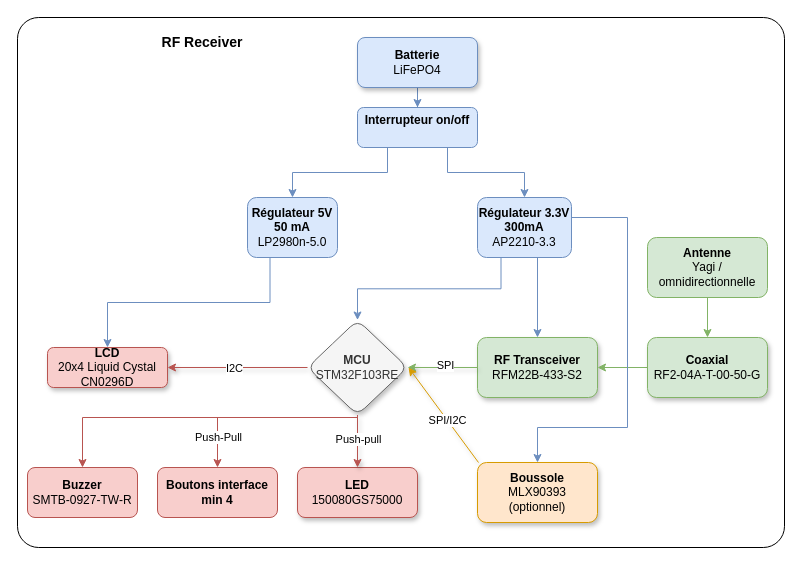
GAULAvionique2024-2025/Ordinateur-de-bord keeps this draw.io diagram as Documentation/RFReceiver/Explications/Diagram_Receiver.drawio. Above is the earlier version. Source tidied: cells renumbered, new cells numbered last; positions are measured from the earlier drawing's top-left corner, leaving out a move shared by most shapes. Both pictures are drawn from the tidied source at 100%, with x=0, y=0 at pixel (17, 17).
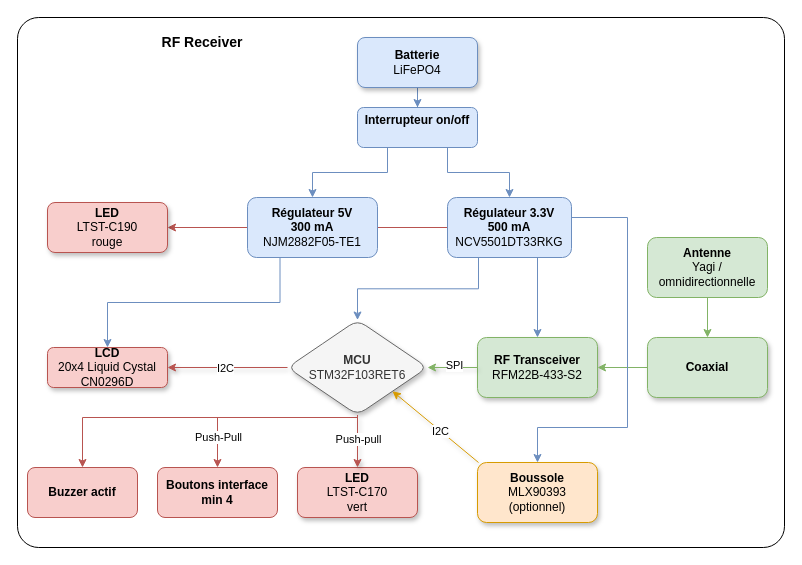
Above is the later version.

The edit, as a diff of the source:
```diff
@@
-    <mxCell id="6" value="&lt;b&gt;MCU&lt;/b&gt;&lt;br&gt;&lt;div&gt;STM32F103RE&lt;/div&gt;" style="rhombus;whiteSpace=wrap;html=1;rounded=1;shadow=1;fillColor=#f5f5f5;fontColor=#333333;strokeColor=#666666;" parent="1" vertex="1">
-      <mxGeometry x="290" y="302.5" width="100" height="95" as="geometry" />
+    <mxCell id="6" value="&lt;b&gt;MCU&lt;/b&gt;&lt;br&gt;&lt;div&gt;STM32F103RET6&lt;/div&gt;" style="rhombus;whiteSpace=wrap;html=1;rounded=1;shadow=1;fillColor=#f5f5f5;fontColor=#333333;strokeColor=#666666;" parent="1" vertex="1">
+      <mxGeometry x="270" y="302.5" width="140" height="95" as="geometry" />
     </mxCell>
@@
-    <mxCell id="9" value="&lt;b&gt;Coaxial&lt;/b&gt;&lt;div&gt;RF2-04A-T-00-50-G&lt;br&gt;&lt;/div&gt;" style="rounded=1;whiteSpace=wrap;html=1;fillColor=#d5e8d4;strokeColor=#82b366;shadow=1;" parent="1" vertex="1">
+    <mxCell id="9" value="&lt;b&gt;Coaxial&lt;/b&gt;" style="rounded=1;whiteSpace=wrap;html=1;fillColor=#d5e8d4;strokeColor=#82b366;shadow=1;" parent="1" vertex="1">
       <mxGeometry x="630" y="320" width="120" height="60" as="geometry" />
     </mxCell>
@@
-    <mxCell id="16" value="&lt;b&gt;LED&lt;/b&gt;&lt;div&gt;150080GS75000&lt;br&gt;&lt;/div&gt;" style="rounded=1;whiteSpace=wrap;html=1;fillColor=#f8cecc;strokeColor=#b85450;shadow=1;" parent="1" vertex="1">
+    <mxCell id="16" value="&lt;b&gt;LED&lt;/b&gt;&lt;div&gt;LTST-C170&lt;/div&gt;&lt;div&gt;vert&lt;/div&gt;" style="rounded=1;whiteSpace=wrap;html=1;fillColor=#f8cecc;strokeColor=#b85450;shadow=1;" parent="1" vertex="1">
       <mxGeometry x="280" y="450" width="120" height="50" as="geometry" />
     </mxCell>
@@
-    <mxCell id="23" style="endArrow=classic;html=1;rounded=0;exitX=0;exitY=0;exitDx=0;exitDy=0;entryX=1;entryY=0.5;entryDx=0;entryDy=0;fillColor=#ffe6cc;strokeColor=#d79b00;shadow=1;" parent="1" edge="1">
+    <mxCell id="23" style="endArrow=classic;html=1;rounded=0;exitX=0;exitY=0;exitDx=0;exitDy=0;entryX=1;entryY=1;entryDx=0;entryDy=0;fillColor=#ffe6cc;strokeColor=#d79b00;shadow=1;" parent="1" edge="1" target="6">
       <mxGeometry relative="1" as="geometry">
         <mxPoint x="461" y="445" as="sourcePoint" />
-        <mxPoint x="391" y="350" as="targetPoint" />
       </mxGeometry>
     </mxCell>
-    <mxCell id="24" value="SPI/I2C" style="edgeLabel;html=1;align=center;verticalAlign=middle;" parent="23" vertex="1">
+    <mxCell id="24" value="I2C" style="edgeLabel;html=1;align=center;verticalAlign=middle;" parent="23" vertex="1">
       <mxGeometry x="-0.1" relative="1" as="geometry" />
     </mxCell>
@@
+    <mxCell id="38" style="edgeStyle=orthogonalEdgeStyle;rounded=0;jettySize=auto;html=1;exitX=0;exitY=0.5;exitDx=0;exitDy=0;entryX=1;entryY=0.5;entryDx=0;entryDy=0;endArrow=none;endFill=0;fillColor=#f8cecc;strokeColor=#b85450;" parent="1" edge="1" source="28" target="30">
+      <mxGeometry relative="1" as="geometry" />
+    </mxCell>
-    <mxCell id="28" value="&lt;b&gt;Régulateur 3.3V&lt;/b&gt;&lt;div&gt;&lt;b&gt;300mA&lt;/b&gt;&lt;/div&gt;&lt;div&gt;AP2210-3.3&lt;/div&gt;" style="rounded=1;whiteSpace=wrap;html=1;fillColor=#dae8fc;strokeColor=#6c8ebf;" parent="1" vertex="1">
-      <mxGeometry x="460" y="180" width="94" height="60" as="geometry" />
+    <mxCell id="28" value="&lt;b&gt;Régulateur 3.3V&lt;/b&gt;&lt;div&gt;&lt;b&gt;500 mA&lt;/b&gt;&lt;/div&gt;&lt;div&gt;NCV5501DT33RKG&lt;/div&gt;" style="rounded=1;whiteSpace=wrap;html=1;fillColor=#dae8fc;strokeColor=#6c8ebf;" parent="1" vertex="1">
+      <mxGeometry x="430" y="180" width="124" height="60" as="geometry" />
     </mxCell>
@@
+    <mxCell id="39" style="edgeStyle=orthogonalEdgeStyle;rounded=0;jettySize=auto;html=1;exitX=0;exitY=0.5;exitDx=0;exitDy=0;entryX=1;entryY=0.5;entryDx=0;entryDy=0;fillColor=#f8cecc;strokeColor=#b85450;" parent="1" edge="1" source="30" target="40">
+      <mxGeometry relative="1" as="geometry" />
+    </mxCell>
-    <mxCell id="30" value="&lt;b&gt;Régulateur 5V&lt;/b&gt;&lt;div&gt;&lt;b&gt;50 mA&lt;/b&gt;&lt;/div&gt;&lt;div&gt;LP2980n-5.0&lt;/div&gt;" style="rounded=1;whiteSpace=wrap;html=1;fillColor=#dae8fc;strokeColor=#6c8ebf;" parent="1" vertex="1">
-      <mxGeometry x="230" y="180" width="90" height="60" as="geometry" />
+    <mxCell id="30" value="&lt;b&gt;Régulateur 5V&lt;/b&gt;&lt;div&gt;&lt;b&gt;300 mA&lt;/b&gt;&lt;/div&gt;&lt;div&gt;NJM2882F05-TE1&lt;/div&gt;" style="rounded=1;whiteSpace=wrap;html=1;fillColor=#dae8fc;strokeColor=#6c8ebf;" parent="1" vertex="1">
+      <mxGeometry x="230" y="180" width="130" height="60" as="geometry" />
     </mxCell>
@@
-    <mxCell id="35" value="&lt;b&gt;Buzzer&lt;/b&gt;&lt;div&gt;SMTB-0927-TW-R&lt;/div&gt;" style="rounded=1;whiteSpace=wrap;html=1;fillColor=#f8cecc;strokeColor=#b85450;" parent="1" vertex="1">
+    <mxCell id="35" value="&lt;b&gt;Buzzer actif&lt;/b&gt;" style="rounded=1;whiteSpace=wrap;html=1;fillColor=#f8cecc;strokeColor=#b85450;" parent="1" vertex="1">
       <mxGeometry x="10" y="450" width="110" height="50" as="geometry" />
     </mxCell>
@@
+    <mxCell id="40" value="&lt;b&gt;LED&lt;/b&gt;&lt;div&gt;LTST-C190&lt;/div&gt;&lt;div&gt;rouge&lt;/div&gt;" style="rounded=1;whiteSpace=wrap;html=1;fillColor=#f8cecc;strokeColor=#b85450;shadow=1;" parent="1" vertex="1">
+      <mxGeometry x="30" y="185" width="120" height="50" as="geometry" />
+    </mxCell>
```
